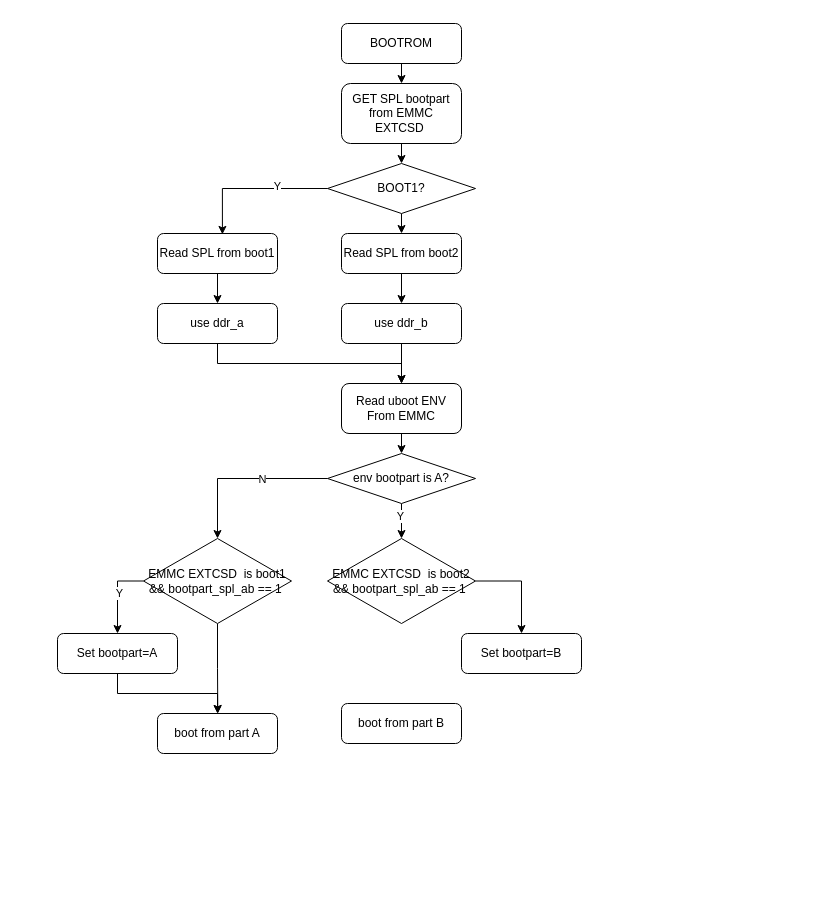
wdhgit/drawio keeps this draw.io diagram as AB分区.drawio. Above is the earlier version. Source tidied: cells renumbered, new cells numbered last; positions are measured from the earlier drawing's top-left corner, leaving out a move shared by most shapes. Both pictures are drawn from the tidied source at 100%, with x=0, y=0 at pixel (57, 23).
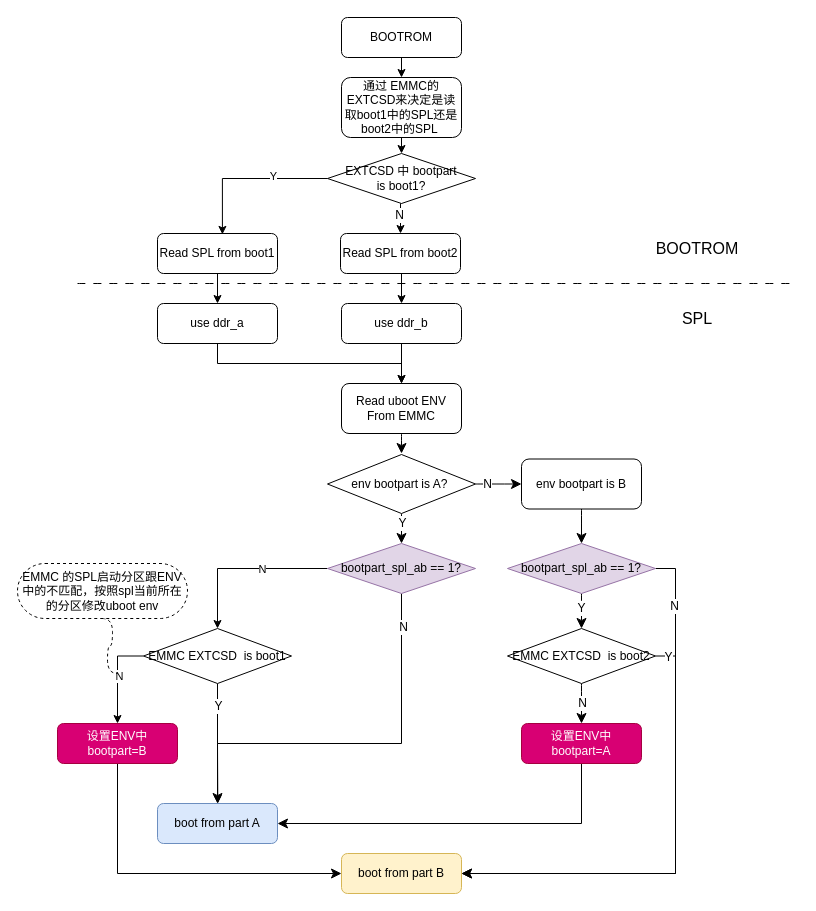
The same page after the edit.

Unchanged cells that the change refers to:
```xml
<mxCell id="6" style="edgeStyle=orthogonalEdgeStyle;rounded=0;jettySize=auto;html=1;exitX=0.5;exitY=1;exitDx=0;exitDy=0;entryX=0.5;entryY=0;entryDx=0;entryDy=0;" parent="1" edge="1" source="7" target="11">
  <mxGeometry relative="1" as="geometry" />
</mxCell>
<mxCell id="15" value="Read uboot ENV From EMMC" style="rounded=1;whiteSpace=wrap;html=1;" parent="1" vertex="1">
  <mxGeometry x="284" y="360" width="120" height="50" as="geometry" />
</mxCell>
<mxCell id="23" style="edgeStyle=orthogonalEdgeStyle;rounded=0;jettySize=auto;html=1;exitX=0;exitY=0.5;exitDx=0;exitDy=0;entryX=0.5;entryY=0;entryDx=0;entryDy=0;" parent="1" edge="1" source="26" target="22">
  <mxGeometry relative="1" as="geometry" />
</mxCell>
```

Change to the diagram source:
```diff
@@
-    <mxCell id="3" value="GET SPL bootpart from EMMC EXTCSD&amp;nbsp;" style="rounded=1;whiteSpace=wrap;html=1;" parent="1" vertex="1">
-      <mxGeometry x="284" y="60" width="120" height="60" as="geometry" />
+    <mxCell id="3" value="通过 EMMC的 EXTCSD来决定是读取boot1中的SPL还是boot2中的SPL&amp;nbsp;" style="rounded=1;whiteSpace=wrap;html=1;" parent="1" vertex="1">
+      <mxGeometry x="284" y="54" width="120" height="60" as="geometry" />
     </mxCell>
@@
     <mxCell id="5" value="BOOTROM" style="rounded=1;whiteSpace=wrap;html=1;" parent="1" vertex="1">
-      <mxGeometry x="284" width="120" height="40" as="geometry" />
+      <mxGeometry x="284" y="-6" width="120" height="40" as="geometry" />
     </mxCell>
@@
+    <mxCell id="36" value="N" style="edgeLabel;html=1;align=center;verticalAlign=middle;fontSize=12;" parent="6" vertex="1">
+      <mxGeometry x="-0.25" y="-2" relative="1" as="geometry" />
+    </mxCell>
-    <mxCell id="7" value="BOOT1?" style="rhombus;whiteSpace=wrap;html=1;" parent="1" vertex="1">
-      <mxGeometry x="270" y="140" width="148" height="50" as="geometry" />
+    <mxCell id="7" value="EXTCSD 中 bootpart&lt;div&gt;is boot1?&lt;/div&gt;" style="rhombus;whiteSpace=wrap;html=1;" parent="1" vertex="1">
+      <mxGeometry x="270" y="130" width="148" height="50" as="geometry" />
     </mxCell>
@@
     <mxCell id="11" value="Read SPL from boot2" style="rounded=1;whiteSpace=wrap;html=1;" parent="1" vertex="1">
-      <mxGeometry x="284" y="210" width="120" height="40" as="geometry" />
+      <mxGeometry x="283" y="210" width="120" height="40" as="geometry" />
     </mxCell>
@@
-    <mxCell id="14" style="edgeStyle=orthogonalEdgeStyle;rounded=0;jettySize=auto;html=1;exitX=0.5;exitY=1;exitDx=0;exitDy=0;entryX=0.5;entryY=0;entryDx=0;entryDy=0;" parent="1" edge="1" source="15" target="20">
-      <mxGeometry relative="1" as="geometry" />
-    </mxCell>
+    <mxCell id="37" style="edgeStyle=none;curved=1;rounded=0;jettySize=auto;html=1;exitX=0.5;exitY=1;exitDx=0;exitDy=0;fontSize=12;startSize=8;endSize=8;" parent="1" edge="1" source="15">
+      <mxGeometry relative="1" as="geometry">
+        <mxPoint x="344" y="430" as="targetPoint" />
+      </mxGeometry>
+    </mxCell>
@@
-    <mxCell id="16" style="edgeStyle=orthogonalEdgeStyle;rounded=0;jettySize=auto;html=1;exitX=0.5;exitY=1;exitDx=0;exitDy=0;entryX=0.5;entryY=0;entryDx=0;entryDy=0;" parent="1" edge="1" source="20" target="28">
-      <mxGeometry relative="1" as="geometry" />
-    </mxCell>
-    <mxCell id="17" value="Y" style="edgeLabel;html=1;align=center;verticalAlign=middle;" parent="16" vertex="1">
-      <mxGeometry x="-0.31" y="-2" relative="1" as="geometry" />
-    </mxCell>
@@
+    <mxCell id="38" style="edgeStyle=orthogonalEdgeStyle;rounded=0;jettySize=auto;html=1;exitX=0.5;exitY=1;exitDx=0;exitDy=0;entryX=0.5;entryY=0;entryDx=0;entryDy=0;fontSize=12;startSize=8;endSize=8;" parent="1" edge="1" source="20" target="30">
+      <mxGeometry relative="1" as="geometry">
+        <Array as="points">
+          <mxPoint x="344" y="720" />
+          <mxPoint x="160" y="720" />
+        </Array>
+      </mxGeometry>
+    </mxCell>
+    <mxCell id="39" value="N" style="edgeLabel;html=1;align=center;verticalAlign=middle;fontSize=12;" parent="38" vertex="1">
+      <mxGeometry x="-0.83" y="1" relative="1" as="geometry" />
+    </mxCell>
-    <mxCell id="20" value="env bootpart is A?" style="rhombus;whiteSpace=wrap;html=1;" parent="1" vertex="1">
-      <mxGeometry x="270" y="430" width="148" height="50" as="geometry" />
+    <mxCell id="20" value="bootpart_spl_ab == 1?" style="rhombus;whiteSpace=wrap;html=1;fillColor=#e1d5e7;strokeColor=#9673a6;" parent="1" vertex="1">
+      <mxGeometry x="270" y="520" width="148" height="50" as="geometry" />
     </mxCell>
-    <mxCell id="21" style="edgeStyle=orthogonalEdgeStyle;rounded=0;jettySize=auto;html=1;exitX=0.5;exitY=1;exitDx=0;exitDy=0;entryX=0.5;entryY=0;entryDx=0;entryDy=0;" parent="1" edge="1" source="22" target="30">
-      <mxGeometry relative="1" as="geometry" />
-    </mxCell>
+    <mxCell id="40" style="edgeStyle=orthogonalEdgeStyle;rounded=0;jettySize=auto;html=1;exitX=0.5;exitY=1;exitDx=0;exitDy=0;entryX=0;entryY=0.5;entryDx=0;entryDy=0;fontSize=12;startSize=8;endSize=8;" parent="1" edge="1" source="22" target="35">
+      <mxGeometry relative="1" as="geometry" />
+    </mxCell>
-    <mxCell id="22" value="Set bootpart=A" style="rounded=1;whiteSpace=wrap;html=1;" parent="1" vertex="1">
-      <mxGeometry y="610" width="120" height="40" as="geometry" />
+    <mxCell id="22" value="设置ENV中 bootpart=B" style="rounded=1;whiteSpace=wrap;html=1;fillColor=#d80073;fontColor=#ffffff;strokeColor=#A50040;" parent="1" vertex="1">
+      <mxGeometry y="700" width="120" height="40" as="geometry" />
     </mxCell>
@@
-    <mxCell id="24" value="Y" style="edgeLabel;html=1;align=center;verticalAlign=middle;" parent="23" vertex="1">
+    <mxCell id="24" value="N" style="edgeLabel;html=1;align=center;verticalAlign=middle;" parent="23" vertex="1">
       <mxGeometry x="-0.02" y="1" relative="1" as="geometry" />
     </mxCell>
     <mxCell id="25" style="edgeStyle=orthogonalEdgeStyle;rounded=0;jettySize=auto;html=1;exitX=0.5;exitY=1;exitDx=0;exitDy=0;" parent="1" edge="1" source="26">
       <mxGeometry relative="1" as="geometry">
-        <mxPoint x="160.3" y="690" as="targetPoint" />
+        <mxPoint x="160.3" y="780" as="targetPoint" />
       </mxGeometry>
     </mxCell>
+    <mxCell id="41" value="Y" style="edgeLabel;html=1;align=center;verticalAlign=middle;fontSize=12;" parent="25" vertex="1">
+      <mxGeometry x="-0.64" relative="1" as="geometry" />
+    </mxCell>
-    <mxCell id="26" value="EMMC EXTCSD&amp;nbsp; is&amp;nbsp;boot1&lt;br&gt;&amp;amp;&amp;amp;&amp;nbsp;bootpart_spl_ab == 1&amp;nbsp;" style="rhombus;whiteSpace=wrap;html=1;" parent="1" vertex="1">
-      <mxGeometry x="86" y="515" width="148" height="85" as="geometry" />
+    <mxCell id="26" value="EMMC EXTCSD&amp;nbsp; is&amp;nbsp;boot1" style="rhombus;whiteSpace=wrap;html=1;" parent="1" vertex="1">
+      <mxGeometry x="86" y="605" width="148" height="55" as="geometry" />
     </mxCell>
-    <mxCell id="27" style="edgeStyle=orthogonalEdgeStyle;rounded=0;jettySize=auto;html=1;exitX=1;exitY=0.5;exitDx=0;exitDy=0;entryX=0.5;entryY=0;entryDx=0;entryDy=0;" parent="1" edge="1" source="28" target="29">
+    <mxCell id="27" style="edgeStyle=none;curved=1;rounded=0;jettySize=auto;html=1;exitX=0.5;exitY=1;exitDx=0;exitDy=0;entryX=0.5;entryY=0;entryDx=0;entryDy=0;fontSize=12;startSize=8;endSize=8;" parent="1" edge="1" source="28" target="29">
       <mxGeometry relative="1" as="geometry" />
     </mxCell>
+    <mxCell id="42" value="N" style="edgeLabel;html=1;align=center;verticalAlign=middle;fontSize=12;" parent="27" vertex="1">
+      <mxGeometry x="-0.06" relative="1" as="geometry" />
+    </mxCell>
+    <mxCell id="43" style="edgeStyle=orthogonalEdgeStyle;rounded=0;jettySize=auto;html=1;exitX=1;exitY=0.5;exitDx=0;exitDy=0;entryX=1;entryY=0.5;entryDx=0;entryDy=0;fontSize=12;startSize=8;endSize=8;" parent="1" edge="1" source="28" target="35">
+      <mxGeometry relative="1" as="geometry" />
+    </mxCell>
+    <mxCell id="44" value="Y" style="edgeLabel;html=1;align=center;verticalAlign=middle;fontSize=12;" parent="43" vertex="1">
+      <mxGeometry x="-0.59" y="-1" relative="1" as="geometry">
+        <mxPoint x="-7" y="-72" as="offset" />
+      </mxGeometry>
+    </mxCell>
-    <mxCell id="28" value="EMMC EXTCSD&amp;nbsp; is&amp;nbsp;boot2&lt;br&gt;&amp;amp;&amp;amp;&amp;nbsp;bootpart_spl_ab == 1&amp;nbsp;" style="rhombus;whiteSpace=wrap;html=1;" parent="1" vertex="1">
-      <mxGeometry x="270" y="515" width="148" height="85" as="geometry" />
+    <mxCell id="28" value="EMMC EXTCSD&amp;nbsp; is&amp;nbsp;boot2" style="rhombus;whiteSpace=wrap;html=1;" parent="1" vertex="1">
+      <mxGeometry x="450" y="605" width="148" height="55" as="geometry" />
     </mxCell>
+    <mxCell id="45" style="edgeStyle=orthogonalEdgeStyle;rounded=0;jettySize=auto;html=1;exitX=0.5;exitY=1;exitDx=0;exitDy=0;entryX=1;entryY=0.5;entryDx=0;entryDy=0;fontSize=12;startSize=8;endSize=8;" parent="1" edge="1" source="29" target="30">
+      <mxGeometry relative="1" as="geometry" />
+    </mxCell>
-    <mxCell id="29" value="Set bootpart=B" style="rounded=1;whiteSpace=wrap;html=1;" parent="1" vertex="1">
-      <mxGeometry x="404" y="610" width="120" height="40" as="geometry" />
+    <mxCell id="29" value="设置ENV中 bootpart=A" style="rounded=1;whiteSpace=wrap;html=1;fillColor=#d80073;fontColor=#ffffff;strokeColor=#A50040;" parent="1" vertex="1">
+      <mxGeometry x="464" y="700" width="120" height="40" as="geometry" />
     </mxCell>
-    <mxCell id="30" value="boot from part A" style="rounded=1;whiteSpace=wrap;html=1;" parent="1" vertex="1">
-      <mxGeometry x="100" y="690" width="120" height="40" as="geometry" />
+    <mxCell id="30" value="boot from part A" style="rounded=1;whiteSpace=wrap;html=1;fillColor=#dae8fc;strokeColor=#6c8ebf;" parent="1" vertex="1">
+      <mxGeometry x="100" y="780" width="120" height="40" as="geometry" />
     </mxCell>
@@
-    <mxCell id="35" value="boot from part B" style="rounded=1;whiteSpace=wrap;html=1;" parent="1" vertex="1">
-      <mxGeometry x="284" y="680" width="120" height="40" as="geometry" />
+    <mxCell id="35" value="boot from part B" style="rounded=1;whiteSpace=wrap;html=1;fillColor=#fff2cc;strokeColor=#d6b656;" parent="1" vertex="1">
+      <mxGeometry x="284" y="830" width="120" height="40" as="geometry" />
     </mxCell>
+    <mxCell id="46" style="edgeStyle=entityRelationEdgeStyle;curved=1;rounded=0;jettySize=auto;html=1;startArrow=none;endArrow=none;segment=10;sourcePerimeterSpacing=0;targetPerimeterSpacing=0;exitX=0.5;exitY=1;exitDx=0;exitDy=0;fontSize=12;startSize=8;endSize=8;dashed=1;" parent="1" edge="1" source="47">
+      <mxGeometry relative="1" as="geometry">
+        <mxPoint x="60" y="650" as="targetPoint" />
+      </mxGeometry>
+    </mxCell>
+    <mxCell id="47" value="EMMC 的SPL启动分区跟ENV中的不匹配，按照spl当前所在的分区修改uboot env" style="whiteSpace=wrap;html=1;rounded=1;arcSize=50;align=center;verticalAlign=middle;strokeWidth=1;spacing=4;newEdgeStyle={&quot;edgeStyle&quot;:&quot;entityRelationEdgeStyle&quot;,&quot;startArrow&quot;:&quot;none&quot;,&quot;endArrow&quot;:&quot;none&quot;,&quot;segment&quot;:10,&quot;curved&quot;:1,&quot;sourcePerimeterSpacing&quot;:0,&quot;targetPerimeterSpacing&quot;:0};dashed=1;" parent="1" vertex="1">
+      <mxGeometry x="-40" y="540" width="170" height="55" as="geometry" />
+    </mxCell>
+    <mxCell id="48" style="edgeStyle=none;curved=1;rounded=0;jettySize=auto;html=1;exitX=0.5;exitY=1;exitDx=0;exitDy=0;entryX=0.5;entryY=0;entryDx=0;entryDy=0;fontSize=12;startSize=8;endSize=8;" parent="1" edge="1" source="52" target="20">
+      <mxGeometry relative="1" as="geometry" />
+    </mxCell>
+    <mxCell id="49" value="Y" style="edgeLabel;html=1;align=center;verticalAlign=middle;fontSize=12;" parent="48" vertex="1">
+      <mxGeometry x="-0.38" relative="1" as="geometry" />
+    </mxCell>
+    <mxCell id="50" style="edgeStyle=none;curved=1;rounded=0;jettySize=auto;html=1;exitX=1;exitY=0.5;exitDx=0;exitDy=0;entryX=0;entryY=0.5;entryDx=0;entryDy=0;fontSize=12;startSize=8;endSize=8;" parent="1" edge="1" source="52" target="54">
+      <mxGeometry relative="1" as="geometry" />
+    </mxCell>
+    <mxCell id="51" value="N" style="edgeLabel;html=1;align=center;verticalAlign=middle;fontSize=12;" parent="50" vertex="1">
+      <mxGeometry x="-0.54" relative="1" as="geometry" />
+    </mxCell>
+    <mxCell id="52" value="env bootpart is A?&amp;nbsp;" style="rhombus;whiteSpace=wrap;html=1;" parent="1" vertex="1">
+      <mxGeometry x="270" y="431" width="148" height="59" as="geometry" />
+    </mxCell>
+    <mxCell id="53" style="edgeStyle=none;curved=1;rounded=0;jettySize=auto;html=1;exitX=0.5;exitY=1;exitDx=0;exitDy=0;entryX=0.5;entryY=0;entryDx=0;entryDy=0;fontSize=12;startSize=8;endSize=8;" parent="1" edge="1" source="54" target="59">
+      <mxGeometry relative="1" as="geometry" />
+    </mxCell>
+    <mxCell id="54" value="env bootpart is B" style="rounded=1;whiteSpace=wrap;html=1;" parent="1" vertex="1">
+      <mxGeometry x="464" y="435.5" width="120" height="50" as="geometry" />
+    </mxCell>
+    <mxCell id="55" style="edgeStyle=none;curved=1;rounded=0;jettySize=auto;html=1;exitX=0.5;exitY=1;exitDx=0;exitDy=0;fontSize=12;startSize=8;endSize=8;" parent="1" edge="1" source="59" target="28">
+      <mxGeometry relative="1" as="geometry" />
+    </mxCell>
+    <mxCell id="56" value="Y" style="edgeLabel;html=1;align=center;verticalAlign=middle;fontSize=12;" parent="55" vertex="1">
+      <mxGeometry x="-0.22" y="-1" relative="1" as="geometry" />
+    </mxCell>
+    <mxCell id="57" style="edgeStyle=orthogonalEdgeStyle;rounded=0;jettySize=auto;html=1;exitX=1;exitY=0.5;exitDx=0;exitDy=0;entryX=1;entryY=0.5;entryDx=0;entryDy=0;fontSize=12;startSize=8;endSize=8;" parent="1" edge="1" source="59" target="35">
+      <mxGeometry relative="1" as="geometry" />
+    </mxCell>
+    <mxCell id="58" value="N" style="edgeLabel;html=1;align=center;verticalAlign=middle;fontSize=12;" parent="57" vertex="1">
+      <mxGeometry x="-0.79" y="-2" relative="1" as="geometry" />
+    </mxCell>
+    <mxCell id="59" value="bootpart_spl_ab == 1?" style="rhombus;whiteSpace=wrap;html=1;fillColor=#e1d5e7;strokeColor=#9673a6;" parent="1" vertex="1">
+      <mxGeometry x="450" y="520" width="148" height="50" as="geometry" />
+    </mxCell>
+    <mxCell id="60" style="endArrow=none;html=1;rounded=0;fontSize=12;startSize=8;endSize=8;curved=1;dashed=1;dashPattern=8 8;" parent="1" edge="1">
+      <mxGeometry relative="1" as="geometry">
+        <mxPoint x="20" y="260" as="sourcePoint" />
+        <mxPoint x="740" y="260" as="targetPoint" />
+      </mxGeometry>
+    </mxCell>
+    <mxCell id="61" value="BOOTROM" style="text;html=1;whiteSpace=wrap;strokeColor=none;fillColor=none;align=center;verticalAlign=middle;rounded=0;fontSize=16;" parent="1" vertex="1">
+      <mxGeometry x="610" y="210" width="60" height="30" as="geometry" />
+    </mxCell>
+    <mxCell id="62" value="SPL" style="text;html=1;whiteSpace=wrap;strokeColor=none;fillColor=none;align=center;verticalAlign=middle;rounded=0;fontSize=16;" parent="1" vertex="1">
+      <mxGeometry x="610" y="280" width="60" height="30" as="geometry" />
+    </mxCell>
```
